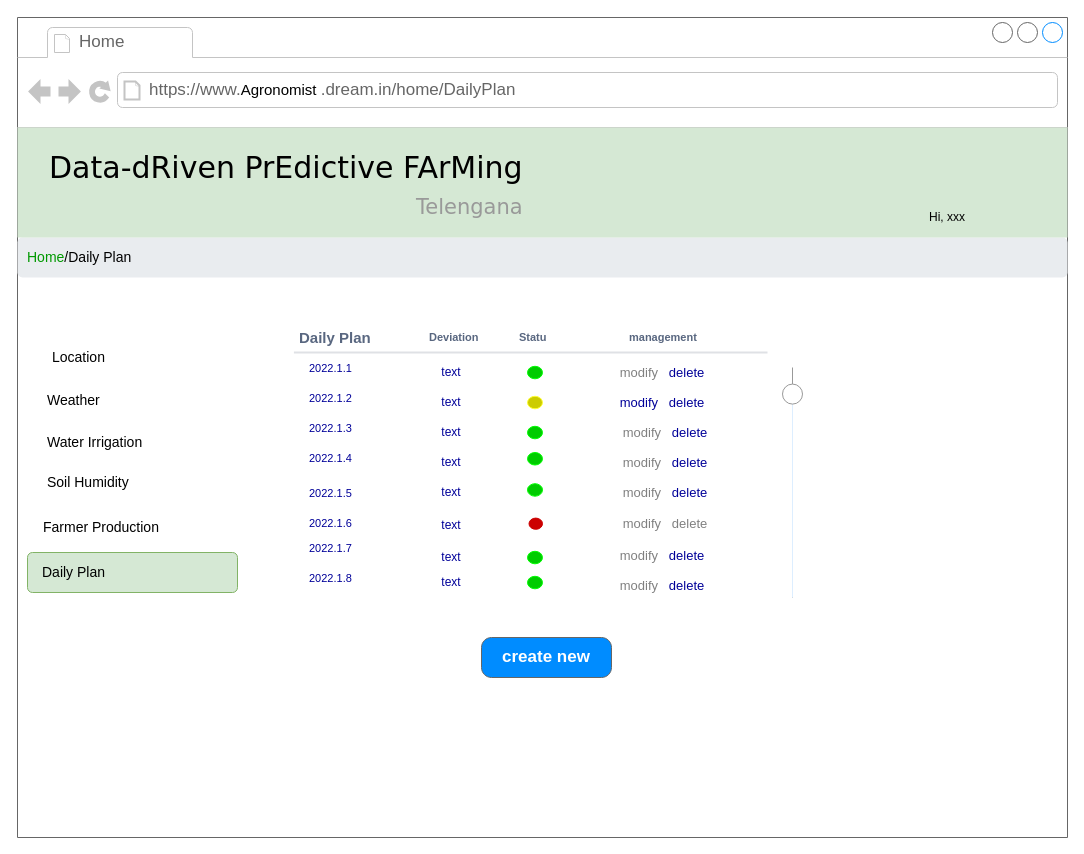
Before: page "ag-dailyplan" (14 of 25) of RASD/diagrams/User Interface.drawio in ictar/DREAM-SE2-Project-2022, a draw.io diagram. Source tidied: cells renumbered, new cells numbered last; positions are measured from the earlier drawing's top-left corner, leaving out a move shared by most shapes. Both pictures are drawn from the tidied source at 100%, with x=0, y=0 at pixel (17, 17).
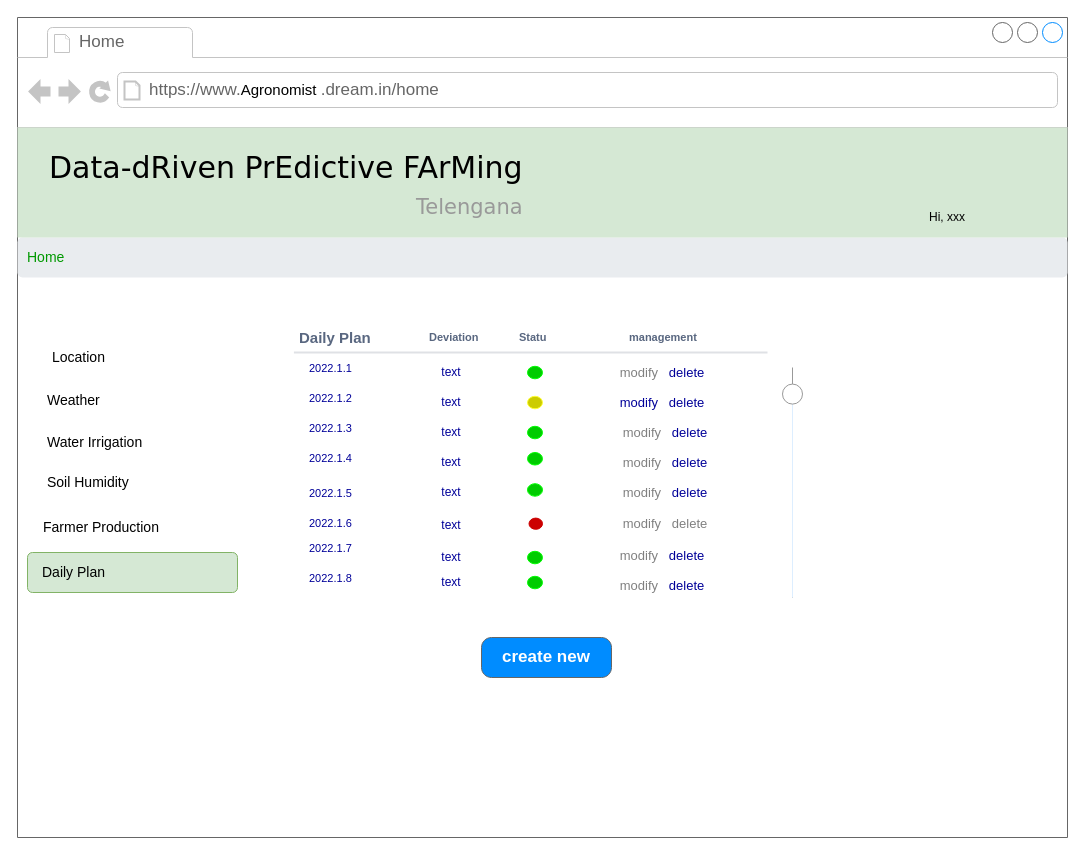
After the change.

Unchanged cells that the change refers to:
```xml
<mxCell id="2" style="strokeWidth=1;shadow=0;dashed=0;align=center;html=1;shape=mxgraph.mockup.containers.browserWindow;rSize=0;strokeColor=none;mainText=,;rounded=0;labelBackgroundColor=none;fontFamily=Verdana;fontSize=12;" parent="1" vertex="1">
  <mxGeometry width="1050" height="820" as="geometry" />
</mxCell>
```

What changed in the source:
```diff
@@
-    <mxCell id="41" value="&lt;font color=&quot;#009900&quot;&gt;Home&lt;/font&gt;&lt;font color=&quot;#000000&quot;&gt;/Daily Plan&lt;/font&gt;&amp;nbsp;" style="html=1;shadow=0;dashed=0;shape=mxgraph.bootstrap.rrect;rSize=5;strokeColor=none;strokeWidth=1;fillColor=#E9ECEF;fontColor=#6C757D;whiteSpace=wrap;align=left;verticalAlign=middle;spacingLeft=0;fontStyle=0;fontSize=14;spacing=10;" parent="2" vertex="1">
+    <mxCell id="41" value="&lt;font color=&quot;#009900&quot;&gt;Home&lt;/font&gt;" style="html=1;shadow=0;dashed=0;shape=mxgraph.bootstrap.rrect;rSize=5;strokeColor=none;strokeWidth=1;fillColor=#E9ECEF;fontColor=#6C757D;whiteSpace=wrap;align=left;verticalAlign=middle;spacingLeft=0;fontStyle=0;fontSize=14;spacing=10;" parent="2" vertex="1">
       <mxGeometry y="220" width="1050" height="40" as="geometry" />
     </mxCell>
@@
-    <mxCell id="57" value="https://www.&lt;span lang=&quot;EN-US&quot; class=&quot;TextRun  BCX0 SCXW251697385&quot; style=&quot;animation: 0s ease 0s 1 normal none running none ; appearance: none ; backface-visibility: visible ; background: none 0% 0% / auto repeat scroll padding-box border-box rgba(0 , 0 , 0 , 0) ; border-color: rgb(0 , 0 , 0) ; border-collapse: collapse ; border-width: 0px ; border-style: none ; border-spacing: 0px ; border-radius: 0px ; box-shadow: none ; box-sizing: content-box ; caption-side: top ; clear: none ; clip: auto ; color: rgb(0 , 0 , 0) ; content: normal ; cursor: text ; direction: ltr ; display: inline ; empty-cells: show ; float: none ; font-family: &amp;#34;wordvisi_msfontservice&amp;#34; , , , sans-serif ; height: auto ; line-height: 16.1875px ; list-style: outside none disc ; margin: 0px ; max-height: none ; max-width: none ; min-height: 0px ; min-width: 0px ; opacity: 1 ; outline: rgb(0 , 0 , 0) none 0px ; overflow: visible ; overflow-wrap: break-word ; padding: 0px ; perspective: none ; perspective-origin: 0px 0px ; position: static ; resize: none ; speak: normal ; table-layout: auto ; text-align: justify ; text-overflow: clip ; text-shadow: none ; transform: none ; transform-origin: 0px 0px ; transform-style: flat ; transition: all 0s ease 0s ; unicode-bidi: normal ; vertical-align: baseline ; visibility: visible ; width: auto ; word-break: normal ; z-index: auto ; zoom: 1&quot;&gt;&lt;span class=&quot;NormalTextRun  BCX0 SCXW251697385&quot; style=&quot;font-size: 15px&quot;&gt;&lt;font style=&quot;font-size: 15px&quot;&gt;Agronomist&lt;/font&gt;&amp;nbsp;&lt;/span&gt;&lt;/span&gt;.dream.in/home/DailyPlan" style="strokeWidth=1;shadow=0;dashed=0;align=center;html=1;shape=mxgraph.mockup.containers.anchor;rSize=0;fontSize=17;fontColor=#666666;align=left;" parent="2" vertex="1">
+    <mxCell id="57" value="https://www.&lt;span lang=&quot;EN-US&quot; class=&quot;TextRun  BCX0 SCXW251697385&quot; style=&quot;animation: 0s ease 0s 1 normal none running none ; appearance: none ; backface-visibility: visible ; background: none 0% 0% / auto repeat scroll padding-box border-box rgba(0 , 0 , 0 , 0) ; border-color: rgb(0 , 0 , 0) ; border-collapse: collapse ; border-width: 0px ; border-style: none ; border-spacing: 0px ; border-radius: 0px ; box-shadow: none ; box-sizing: content-box ; caption-side: top ; clear: none ; clip: auto ; color: rgb(0 , 0 , 0) ; content: normal ; cursor: text ; direction: ltr ; display: inline ; empty-cells: show ; float: none ; font-family: &amp;#34;wordvisi_msfontservice&amp;#34; , , , sans-serif ; height: auto ; line-height: 16.1875px ; list-style: outside none disc ; margin: 0px ; max-height: none ; max-width: none ; min-height: 0px ; min-width: 0px ; opacity: 1 ; outline: rgb(0 , 0 , 0) none 0px ; overflow: visible ; overflow-wrap: break-word ; padding: 0px ; perspective: none ; perspective-origin: 0px 0px ; position: static ; resize: none ; speak: normal ; table-layout: auto ; text-align: justify ; text-overflow: clip ; text-shadow: none ; transform: none ; transform-origin: 0px 0px ; transform-style: flat ; transition: all 0s ease 0s ; unicode-bidi: normal ; vertical-align: baseline ; visibility: visible ; width: auto ; word-break: normal ; z-index: auto ; zoom: 1&quot;&gt;&lt;span class=&quot;NormalTextRun  BCX0 SCXW251697385&quot; style=&quot;font-size: 15px&quot;&gt;&lt;font style=&quot;font-size: 15px&quot;&gt;Agronomist&lt;/font&gt;&amp;nbsp;&lt;/span&gt;&lt;/span&gt;.dream.in/home" style="strokeWidth=1;shadow=0;dashed=0;align=center;html=1;shape=mxgraph.mockup.containers.anchor;rSize=0;fontSize=17;fontColor=#666666;align=left;" parent="2" vertex="1">
       <mxGeometry x="130" y="60" width="250" height="26" as="geometry" />
     </mxCell>
```
